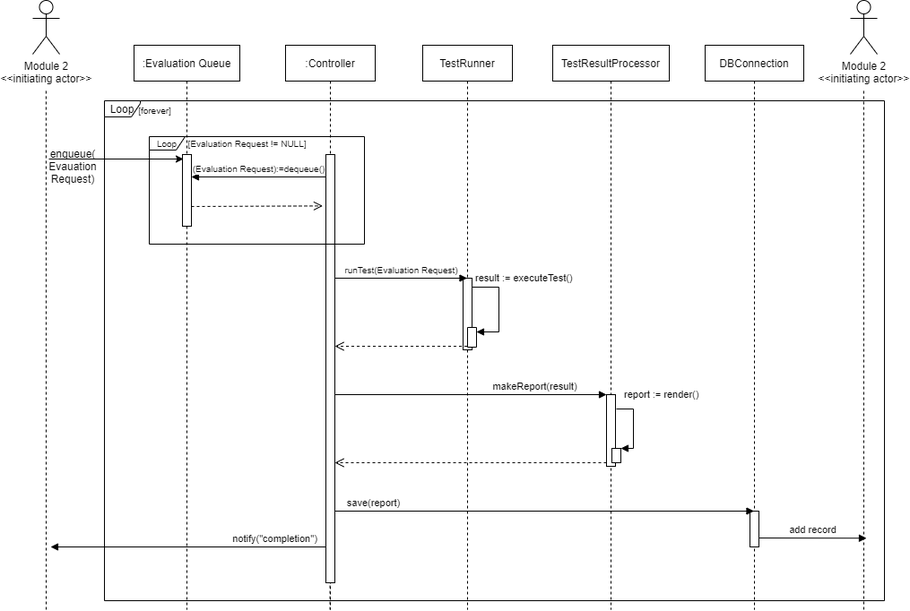
Earlier version of the draw.io export System Design/Module3_SystemCore/img/Object_Sequence_Diagram_301.png (SSSSEN666789/SPAMS). Source tidied: cells renumbered, new cells last; positions are measured from the earlier drawing's top-left corner, leaving out a move shared by most shapes.
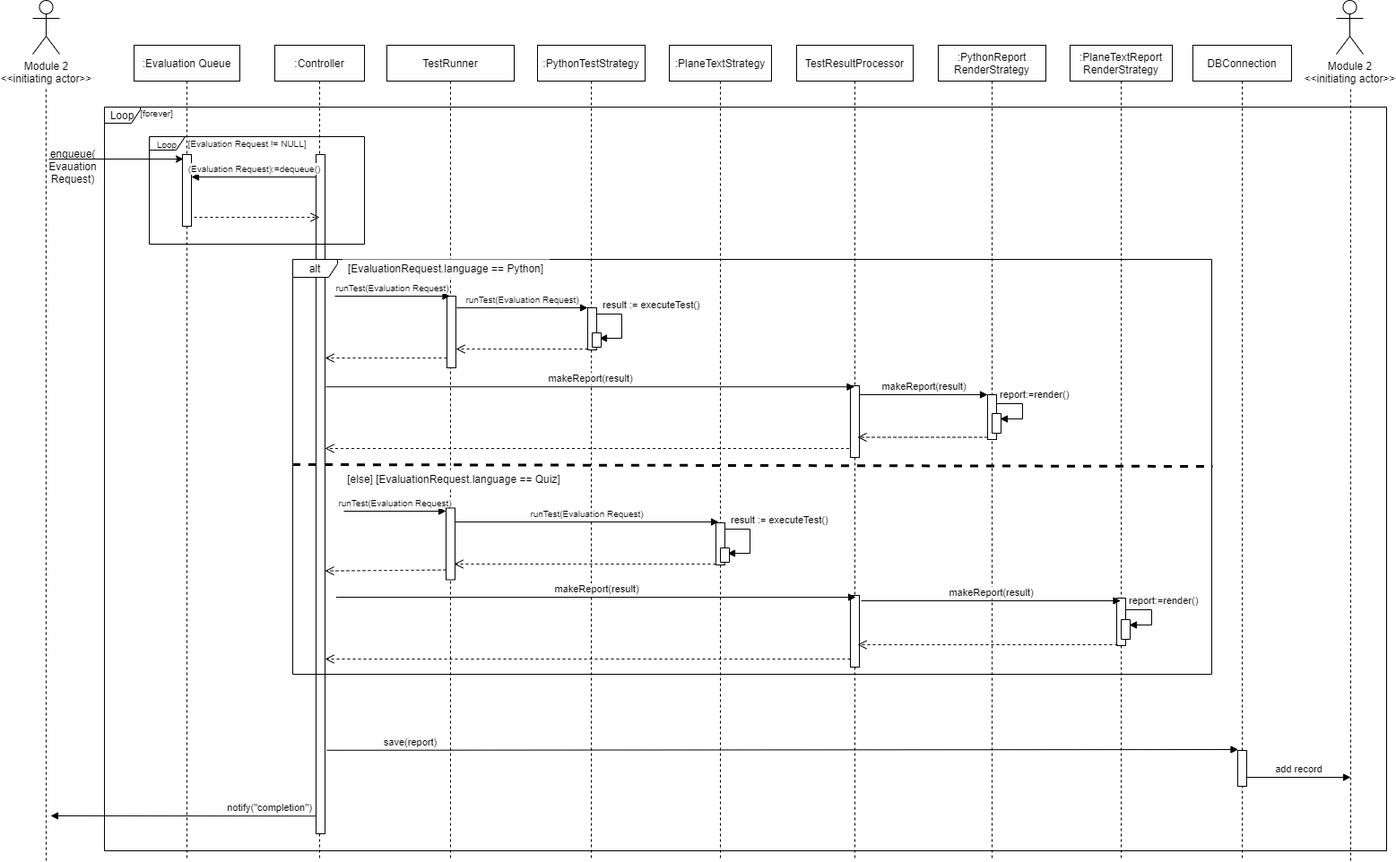
The same file after the commit.

Commit message:
Module3-SSD_modify

The edit, as a diff of the source:
```diff
@@ -4,7 +4,15 @@
     <mxCell id="1" parent="0" />
+    <mxCell id="34" value="notify(&quot;completion&quot;)" style="html=1;verticalAlign=bottom;endArrow=block;exitX=0.4;exitY=0.974;exitDx=0;exitDy=0;exitPerimeter=0;" parent="1" edge="1" source="11">
+      <mxGeometry x="-0.63" relative="1" as="geometry">
+        <mxPoint x="20" y="910" as="targetPoint" />
+      </mxGeometry>
+    </mxCell>
+    <mxCell id="15" value="Loop" style="shape=umlFrame;whiteSpace=wrap;html=1;width=40;height=18;" parent="1" vertex="1">
+      <mxGeometry x="80" y="119" width="1430" height="830" as="geometry" />
+    </mxCell>
     <mxCell id="2" value=":Evaluation Queue" style="shape=umlLifeline;perimeter=lifelinePerimeter;whiteSpace=wrap;html=1;" parent="1" vertex="1">
-      <mxGeometry x="113" y="50" width="118" height="630" as="geometry" />
+      <mxGeometry x="113" y="50" width="118" height="910" as="geometry" />
     </mxCell>
     <mxCell id="3" value=":Controller" style="shape=umlLifeline;perimeter=lifelinePerimeter;whiteSpace=wrap;html=1;" parent="1" vertex="1">
-      <mxGeometry x="282" y="50" width="100" height="630" as="geometry" />
+      <mxGeometry x="270" y="50" width="100" height="910" as="geometry" />
     </mxCell>
@@ -20,3 +28,3 @@
     <mxCell id="6" value="Module 2&lt;br&gt;&amp;lt;&amp;lt;initiating actor&amp;gt;&amp;gt;" style="shape=umlActor;verticalLabelPosition=bottom;verticalAlign=top;html=1;" parent="1" vertex="1">
-      <mxGeometry x="912" width="30" height="60" as="geometry" />
+      <mxGeometry x="1454" width="30" height="60" as="geometry" />
     </mxCell>
@@ -24,3 +32,3 @@
       <mxGeometry relative="1" as="geometry">
-        <mxPoint x="15" y="680" as="sourcePoint" />
+        <mxPoint x="15" y="960" as="sourcePoint" />
         <mxPoint x="14.9" y="98" as="targetPoint" />
@@ -30,4 +38,4 @@
       <mxGeometry relative="1" as="geometry">
-        <mxPoint x="927" y="680" as="sourcePoint" />
-        <mxPoint x="926.9" y="98" as="targetPoint" />
+        <mxPoint x="1470" y="960" as="sourcePoint" />
+        <mxPoint x="1469.9" y="98" as="targetPoint" />
       </mxGeometry>
@@ -41,12 +49,6 @@
     <mxCell id="11" style="html=1;points=[];perimeter=orthogonalPerimeter;" parent="1" vertex="1">
-      <mxGeometry x="327" y="172" width="10" height="478" as="geometry" />
+      <mxGeometry x="316" y="172" width="10" height="758" as="geometry" />
     </mxCell>
-    <mxCell id="12" style="endArrow=none;dashed=1;html=1;" parent="1" edge="1" target="11">
-      <mxGeometry relative="1" as="geometry">
-        <mxPoint x="331.6" y="680" as="sourcePoint" />
-      </mxGeometry>
-    </mxCell>
-    <mxCell id="13" value="&lt;font style=&quot;font-size: 10px&quot;&gt;(Evaluation Request):=dequeue()&lt;/font&gt;" style="html=1;verticalAlign=bottom;endArrow=block;" parent="1" edge="1">
+    <mxCell id="13" value="&lt;font style=&quot;font-size: 10px&quot;&gt;(Evaluation Request):=dequeue()&lt;/font&gt;" style="html=1;verticalAlign=bottom;endArrow=block;" parent="1" edge="1" source="11">
       <mxGeometry relative="1" as="geometry">
-        <mxPoint x="327" y="197" as="sourcePoint" />
         <mxPoint x="177" y="197" as="targetPoint" />
@@ -54,27 +56,36 @@
     </mxCell>
-    <mxCell id="14" style="html=1;verticalAlign=bottom;endArrow=open;dashed=1;endSize=8;entryX=-0.352;entryY=0.12;entryDx=0;entryDy=0;entryPerimeter=0;" parent="1" edge="1" target="11">
+    <mxCell id="14" style="html=1;verticalAlign=bottom;endArrow=open;dashed=1;endSize=8;" parent="1" edge="1">
       <mxGeometry relative="1" as="geometry">
-        <mxPoint x="177" y="230" as="sourcePoint" />
+        <mxPoint x="180" y="242" as="sourcePoint" />
+        <mxPoint x="320" y="242" as="targetPoint" />
       </mxGeometry>
     </mxCell>
-    <mxCell id="15" value="Loop" style="shape=umlFrame;whiteSpace=wrap;html=1;width=40;height=18;" parent="1" vertex="1">
-      <mxGeometry x="80" y="112" width="870" height="558" as="geometry" />
-    </mxCell>
     <mxCell id="16" value="TestRunner" style="shape=umlLifeline;perimeter=lifelinePerimeter;whiteSpace=wrap;html=1;outlineConnect=0;" parent="1" vertex="1">
-      <mxGeometry x="435" y="50" width="100" height="630" as="geometry" />
+      <mxGeometry x="395" y="50" width="142" height="910" as="geometry" />
     </mxCell>
-    <mxCell id="17" style="html=1;perimeter=orthogonalPerimeter;" parent="16" vertex="1">
-      <mxGeometry x="45" y="260" width="10" height="80" as="geometry" />
-    </mxCell>
+    <mxCell id="36" value="&lt;font style=&quot;font-size: 10px&quot;&gt;runTest(Evaluation Request)&lt;/font&gt;" style="html=1;verticalAlign=bottom;endArrow=block;" parent="16" edge="1" target="37">
+      <mxGeometry relative="1" as="geometry">
+        <mxPoint x="-48" y="520" as="sourcePoint" />
+      </mxGeometry>
+    </mxCell>
+    <mxCell id="37" style="html=1;points=[];perimeter=orthogonalPerimeter;fillColor=#FFFFFF;" parent="16" vertex="1">
+      <mxGeometry x="66" y="516.5" width="10" height="80" as="geometry" />
+    </mxCell>
+    <mxCell id="38" style="html=1;points=[];perimeter=orthogonalPerimeter;fillColor=#FFFFFF;" parent="16" vertex="1">
+      <mxGeometry x="67" y="280" width="10" height="80" as="geometry" />
+    </mxCell>
     <mxCell id="18" value="TestResultProcessor" style="shape=umlLifeline;perimeter=lifelinePerimeter;whiteSpace=wrap;html=1;outlineConnect=0;" parent="1" vertex="1">
-      <mxGeometry x="580" y="50" width="130" height="630" as="geometry" />
+      <mxGeometry x="852" y="50" width="130" height="910" as="geometry" />
     </mxCell>
-    <mxCell id="19" style="html=1;points=[];perimeter=orthogonalPerimeter;" parent="18" vertex="1">
-      <mxGeometry x="60" y="390" width="10" height="80" as="geometry" />
-    </mxCell>
+    <mxCell id="39" style="html=1;points=[];perimeter=orthogonalPerimeter;fillColor=#FFFFFF;" parent="18" vertex="1">
+      <mxGeometry x="60" y="380" width="10" height="80" as="geometry" />
+    </mxCell>
+    <mxCell id="40" style="html=1;perimeter=orthogonalPerimeter;fillColor=#FFFFFF;" parent="18" vertex="1">
+      <mxGeometry x="60" y="614" width="10" height="80" as="geometry" />
+    </mxCell>
     <mxCell id="20" value="DBConnection" style="shape=umlLifeline;perimeter=lifelinePerimeter;whiteSpace=wrap;html=1;outlineConnect=0;" parent="1" vertex="1">
-      <mxGeometry x="750" y="50" width="110" height="630" as="geometry" />
+      <mxGeometry x="1294" y="50" width="110" height="910" as="geometry" />
     </mxCell>
     <mxCell id="21" style="html=1;perimeter=orthogonalPerimeter;" parent="20" vertex="1">
-      <mxGeometry x="50" y="520" width="10" height="40" as="geometry" />
+      <mxGeometry x="50" y="787" width="10" height="40" as="geometry" />
     </mxCell>
@@ -86,66 +97,172 @@
     </mxCell>
-    <mxCell id="24" value="&lt;font style=&quot;font-size: 10px&quot;&gt;runTest(Evaluation Request)&lt;/font&gt;" style="html=1;verticalAlign=bottom;endArrow=block;" parent="1" edge="1" target="16">
-      <mxGeometry relative="1" as="geometry">
-        <mxPoint x="337" y="310" as="sourcePoint" />
-      </mxGeometry>
-    </mxCell>
-    <mxCell id="25" style="html=1;verticalAlign=bottom;endArrow=open;dashed=1;endSize=8;" parent="1" edge="1" source="16">
-      <mxGeometry relative="1" as="geometry">
-        <mxPoint x="337" y="386" as="targetPoint" />
-      </mxGeometry>
-    </mxCell>
-    <mxCell id="26" style="html=1;perimeter=orthogonalPerimeter;direction=south;" parent="1" vertex="1">
-      <mxGeometry x="485" y="365" width="10" height="22" as="geometry" />
-    </mxCell>
-    <mxCell id="27" value="result := executeTest()" style="edgeStyle=orthogonalEdgeStyle;html=1;align=left;spacingLeft=2;endArrow=block;rounded=0;" parent="1" edge="1">
-      <mxGeometry x="-1" y="10" relative="1" as="geometry">
-        <mxPoint x="490" y="320" as="sourcePoint" />
-        <mxPoint x="495" y="370" as="targetPoint" />
-        <Array as="points">
-          <mxPoint x="520" y="320" />
-          <mxPoint x="520" y="370" />
-        </Array>
-      </mxGeometry>
-    </mxCell>
-    <mxCell id="28" value="makeReport(result)" style="html=1;verticalAlign=bottom;endArrow=block;entryX=0;entryY=0;" parent="1" edge="1" target="19">
-      <mxGeometry x="0.47" relative="1" as="geometry">
-        <mxPoint x="337" y="440" as="sourcePoint" />
-      </mxGeometry>
-    </mxCell>
-    <mxCell id="29" style="html=1;verticalAlign=bottom;endArrow=open;dashed=1;endSize=8;exitX=0;exitY=0.95;" parent="1" edge="1" source="19">
-      <mxGeometry x="-0.08" y="-6" relative="1" as="geometry">
-        <mxPoint x="337" y="516" as="targetPoint" />
-      </mxGeometry>
-    </mxCell>
-    <mxCell id="30" style="html=1;points=[];perimeter=orthogonalPerimeter;" parent="1" vertex="1">
-      <mxGeometry x="646" y="500" width="10" height="16" as="geometry" />
-    </mxCell>
-    <mxCell id="31" value="report := render()" style="edgeStyle=orthogonalEdgeStyle;html=1;align=left;spacingLeft=2;endArrow=block;rounded=0;entryX=1;entryY=0;" parent="1" edge="1" target="30">
-      <mxGeometry x="-0.87" y="16" relative="1" as="geometry">
-        <mxPoint x="651" y="456" as="sourcePoint" />
-        <Array as="points">
-          <mxPoint x="670" y="456" />
-          <mxPoint x="670" y="500" />
-        </Array>
-      </mxGeometry>
-    </mxCell>
-    <mxCell id="32" value="save(report)" style="html=1;verticalAlign=bottom;endArrow=block;" parent="1" edge="1" target="20">
+    <mxCell id="32" value="save(report)" style="html=1;verticalAlign=bottom;endArrow=block;exitX=1.2;exitY=0.877;exitDx=0;exitDy=0;exitPerimeter=0;" parent="1" edge="1" source="11">
       <mxGeometry x="-0.82" relative="1" as="geometry">
-        <mxPoint x="337" y="570" as="sourcePoint" />
+        <mxPoint x="1344.5" y="836" as="targetPoint" />
       </mxGeometry>
     </mxCell>
-    <mxCell id="33" value="add record" style="html=1;verticalAlign=bottom;endArrow=block;entryX=0.977;entryY=0.875;entryDx=0;entryDy=0;entryPerimeter=0;" parent="1" edge="1" target="15">
+    <mxCell id="33" value="add record" style="html=1;verticalAlign=bottom;endArrow=block;" parent="1" edge="1">
       <mxGeometry relative="1" as="geometry">
-        <mxPoint x="810" y="600" as="sourcePoint" />
+        <mxPoint x="1354" y="867" as="sourcePoint" />
+        <mxPoint x="1470" y="867" as="targetPoint" />
       </mxGeometry>
     </mxCell>
-    <mxCell id="34" value="notify(&quot;completion&quot;)" style="html=1;verticalAlign=bottom;endArrow=block;" parent="1" edge="1">
-      <mxGeometry x="-0.63" relative="1" as="geometry">
-        <mxPoint x="327" y="610" as="sourcePoint" />
-        <mxPoint x="20" y="610" as="targetPoint" />
-      </mxGeometry>
-    </mxCell>
     <mxCell id="35" value="&lt;font style=&quot;font-size: 10px&quot;&gt;[forever]&lt;/font&gt;" style="text;html=1;strokeColor=none;fillColor=none;align=center;verticalAlign=middle;whiteSpace=wrap;rounded=0;" parent="1" vertex="1">
-      <mxGeometry x="113" y="112" width="47" height="20" as="geometry" />
+      <mxGeometry x="115" y="115" width="47" height="20" as="geometry" />
     </mxCell>
+    <mxCell id="41" value=":PythonTestStrategy" style="shape=umlLifeline;perimeter=lifelinePerimeter;whiteSpace=wrap;html=1;" parent="1" vertex="1">
+      <mxGeometry x="563" y="50" width="120" height="910" as="geometry" />
+    </mxCell>
+    <mxCell id="42" value=":PlaneTextStrategy" style="shape=umlLifeline;perimeter=lifelinePerimeter;whiteSpace=wrap;html=1;" parent="1" vertex="1">
+      <mxGeometry x="710" y="50" width="114" height="910" as="geometry" />
+    </mxCell>
+    <mxCell id="43" style="html=1;points=[];perimeter=orthogonalPerimeter;fillColor=#FFFFFF;" parent="42" vertex="1">
+      <mxGeometry x="52" y="533" width="10" height="47" as="geometry" />
+    </mxCell>
+    <mxCell id="44" value=":PythonReport&lt;br&gt;RenderStrategy" style="shape=umlLifeline;perimeter=lifelinePerimeter;whiteSpace=wrap;html=1;" parent="1" vertex="1">
+      <mxGeometry x="1010" y="50" width="120" height="910" as="geometry" />
+    </mxCell>
+    <mxCell id="45" style="html=1;points=[];perimeter=orthogonalPerimeter;fillColor=#FFFFFF;" parent="44" vertex="1">
+      <mxGeometry x="55" y="390" width="10" height="50" as="geometry" />
+    </mxCell>
+    <mxCell id="46" value=":PlaneTextReport&lt;br&gt;RenderStrategy" style="shape=umlLifeline;perimeter=lifelinePerimeter;whiteSpace=wrap;html=1;outlineConnect=0;" parent="1" vertex="1">
+      <mxGeometry x="1157" y="50" width="114" height="910" as="geometry" />
+    </mxCell>
+    <mxCell id="47" style="html=1;perimeter=orthogonalPerimeter;fillColor=#FFFFFF;" parent="46" vertex="1">
+      <mxGeometry x="52" y="617" width="10" height="53" as="geometry" />
+    </mxCell>
+    <mxCell id="48" value="alt" style="shape=umlFrame;whiteSpace=wrap;html=1;width=50;height=20;" parent="1" vertex="1">
+      <mxGeometry x="290" y="289" width="1025" height="463" as="geometry" />
+    </mxCell>
+    <mxCell id="49" value="[EvaluationRequest.language == Python]" style="text;html=1;strokeColor=none;fillColor=#FFFFFF;align=center;verticalAlign=middle;whiteSpace=wrap;rounded=0;" parent="1" vertex="1">
+      <mxGeometry x="346" y="289" width="230" height="20" as="geometry" />
+    </mxCell>
+    <mxCell id="50" value="&lt;font style=&quot;font-size: 10px&quot;&gt;runTest(Evaluation Request)&lt;/font&gt;" style="html=1;verticalAlign=bottom;endArrow=block;" parent="1" edge="1" target="16">
+      <mxGeometry relative="1" as="geometry">
+        <mxPoint x="337" y="330" as="sourcePoint" />
+      </mxGeometry>
+    </mxCell>
+    <mxCell id="51" style="html=1;points=[];perimeter=orthogonalPerimeter;fillColor=#FFFFFF;" parent="1" vertex="1">
+      <mxGeometry x="619" y="343" width="10" height="47" as="geometry" />
+    </mxCell>
+    <mxCell id="52" value="&lt;span style=&quot;font-size: 10px&quot;&gt;runTest(Evaluation Request)&lt;br&gt;&lt;/span&gt;" style="html=1;verticalAlign=bottom;endArrow=block;entryX=0;entryY=0;exitX=1.1;exitY=0.163;exitDx=0;exitDy=0;exitPerimeter=0;" parent="1" edge="1" source="38" target="51">
+      <mxGeometry relative="1" as="geometry" />
+    </mxCell>
+    <mxCell id="53" style="html=1;verticalAlign=bottom;endArrow=open;dashed=1;endSize=8;entryX=1;entryY=0.738;entryDx=0;entryDy=0;entryPerimeter=0;" parent="1" edge="1" source="51" target="38">
+      <mxGeometry relative="1" as="geometry" />
+    </mxCell>
+    <mxCell id="54" value="report:=render()" style="edgeStyle=orthogonalEdgeStyle;html=1;align=left;spacingLeft=2;endArrow=block;rounded=0;exitX=1;exitY=0.213;exitDx=0;exitDy=0;exitPerimeter=0;" parent="1" edge="1">
+      <mxGeometry x="-1" y="10" relative="1" as="geometry">
+        <mxPoint x="1075" y="450" as="sourcePoint" />
+        <mxPoint x="1079" y="467" as="targetPoint" />
+        <Array as="points">
+          <mxPoint x="1104" y="450" />
+          <mxPoint x="1104" y="467" />
+        </Array>
+      </mxGeometry>
+    </mxCell>
+    <mxCell id="55" style="html=1;perimeter=orthogonalPerimeter;direction=south;" parent="1" vertex="1">
+      <mxGeometry x="1070" y="461" width="10" height="22" as="geometry" />
+    </mxCell>
+    <mxCell id="56" value="makeReport(result)" style="html=1;verticalAlign=bottom;endArrow=block;exitX=1.117;exitY=0.342;exitDx=0;exitDy=0;exitPerimeter=0;" parent="1" edge="1" source="11" target="18">
+      <mxGeometry relative="1" as="geometry" />
+    </mxCell>
+    <mxCell id="57" style="html=1;verticalAlign=bottom;endArrow=open;dashed=1;endSize=8;exitX=0;exitY=0.863;exitDx=0;exitDy=0;exitPerimeter=0;" parent="1" edge="1" source="38" target="11">
+      <mxGeometry relative="1" as="geometry" />
+    </mxCell>
+    <mxCell id="58" value="makeReport(result)" style="html=1;verticalAlign=bottom;endArrow=block;entryX=0;entryY=0;exitX=1;exitY=0.125;exitDx=0;exitDy=0;exitPerimeter=0;" parent="1" edge="1" source="39" target="45">
+      <mxGeometry relative="1" as="geometry" />
+    </mxCell>
+    <mxCell id="59" style="html=1;verticalAlign=bottom;endArrow=open;dashed=1;endSize=8;exitX=0;exitY=0.95;entryX=0.8;entryY=0.719;entryDx=0;entryDy=0;entryPerimeter=0;" parent="1" edge="1" source="45" target="39">
+      <mxGeometry relative="1" as="geometry" />
+    </mxCell>
+    <mxCell id="60" style="html=1;verticalAlign=bottom;endArrow=open;dashed=1;endSize=8;exitX=0;exitY=0.95;" parent="1" edge="1" target="11">
+      <mxGeometry x="-0.08" y="-6" relative="1" as="geometry">
+        <mxPoint x="910.5" y="500" as="sourcePoint" />
+      </mxGeometry>
+    </mxCell>
+    <mxCell id="61" style="html=1;points=[];perimeter=orthogonalPerimeter;fillColor=#FFFFFF;" parent="1" vertex="1">
+      <mxGeometry x="619" y="343" width="10" height="47" as="geometry" />
+    </mxCell>
+    <mxCell id="62" value="&lt;span style=&quot;font-size: 10px&quot;&gt;runTest(Evaluation Request)&lt;br&gt;&lt;/span&gt;" style="html=1;verticalAlign=bottom;endArrow=block;entryX=0.3;entryY=-0.021;entryDx=0;entryDy=0;entryPerimeter=0;" parent="1" edge="1" source="37" target="43">
+      <mxGeometry relative="1" as="geometry" />
+    </mxCell>
+    <mxCell id="63" style="html=1;verticalAlign=bottom;endArrow=open;dashed=1;endSize=8;exitX=0;exitY=0.979;exitDx=0;exitDy=0;exitPerimeter=0;" parent="1" edge="1" source="43">
+      <mxGeometry relative="1" as="geometry">
+        <mxPoint x="470" y="629" as="targetPoint" />
+      </mxGeometry>
+    </mxCell>
+    <mxCell id="64" style="html=1;verticalAlign=bottom;endArrow=open;dashed=1;endSize=8;exitX=0;exitY=0.863;exitDx=0;exitDy=0;exitPerimeter=0;entryX=1;entryY=0.613;entryDx=0;entryDy=0;entryPerimeter=0;" parent="1" edge="1" source="37" target="11">
+      <mxGeometry relative="1" as="geometry" />
+    </mxCell>
+    <mxCell id="65" value="result := executeTest()" style="edgeStyle=orthogonalEdgeStyle;html=1;align=left;spacingLeft=2;endArrow=block;rounded=0;exitX=1;exitY=0.255;exitDx=0;exitDy=0;exitPerimeter=0;" parent="1" edge="1" source="61">
+      <mxGeometry x="-0.81" y="10" relative="1" as="geometry">
+        <mxPoint x="632" y="377" as="targetPoint" />
+        <Array as="points">
+          <mxPoint x="629" y="350" />
+          <mxPoint x="657" y="350" />
+          <mxPoint x="657" y="377" />
+        </Array>
+      </mxGeometry>
+    </mxCell>
+    <mxCell id="66" style="html=1;perimeter=orthogonalPerimeter;direction=south;" parent="1" vertex="1">
+      <mxGeometry x="624" y="371" width="10" height="16" as="geometry" />
+    </mxCell>
+    <mxCell id="67" value="result := executeTest()" style="edgeStyle=orthogonalEdgeStyle;html=1;align=left;spacingLeft=2;endArrow=block;rounded=0;exitX=1;exitY=0.255;exitDx=0;exitDy=0;exitPerimeter=0;" parent="1" edge="1">
+      <mxGeometry x="-0.81" y="10" relative="1" as="geometry">
+        <mxPoint x="772" y="595" as="sourcePoint" />
+        <mxPoint x="775" y="617" as="targetPoint" />
+        <Array as="points">
+          <mxPoint x="772" y="590" />
+          <mxPoint x="800" y="590" />
+          <mxPoint x="800" y="617" />
+        </Array>
+      </mxGeometry>
+    </mxCell>
+    <mxCell id="68" style="html=1;perimeter=orthogonalPerimeter;direction=south;" parent="1" vertex="1">
+      <mxGeometry x="767" y="611" width="10" height="16" as="geometry" />
+    </mxCell>
+    <mxCell id="69" style="endArrow=none;dashed=1;html=1;strokeWidth=3;" parent="1" edge="1">
+      <mxGeometry relative="1" as="geometry">
+        <mxPoint x="289.5" y="518" as="sourcePoint" />
+        <mxPoint x="1316" y="520" as="targetPoint" />
+      </mxGeometry>
+    </mxCell>
+    <mxCell id="70" value="[else] [EvaluationRequest.language == Quiz]" style="text;html=1;strokeColor=none;fillColor=#FFFFFF;align=center;verticalAlign=middle;whiteSpace=wrap;rounded=0;" parent="1" vertex="1">
+      <mxGeometry x="346" y="524" width="248" height="20" as="geometry" />
+    </mxCell>
+    <mxCell id="71" value="makeReport(result)" style="html=1;verticalAlign=bottom;endArrow=block;" parent="1" edge="1">
+      <mxGeometry relative="1" as="geometry">
+        <mxPoint x="338.5" y="666" as="sourcePoint" />
+        <mxPoint x="918" y="666" as="targetPoint" />
+      </mxGeometry>
+    </mxCell>
+    <mxCell id="72" style="html=1;verticalAlign=bottom;endArrow=open;dashed=1;endSize=8;exitX=0;exitY=0.95;" parent="1" edge="1" target="11">
+      <mxGeometry x="-0.08" y="-6" relative="1" as="geometry">
+        <mxPoint x="912" y="735" as="sourcePoint" />
+      </mxGeometry>
+    </mxCell>
+    <mxCell id="73" value="makeReport(result)" style="html=1;verticalAlign=bottom;endArrow=block;exitX=1;exitY=0.125;exitDx=0;exitDy=0;exitPerimeter=0;" parent="1" edge="1" target="46">
+      <mxGeometry relative="1" as="geometry">
+        <mxPoint x="924" y="670" as="sourcePoint" />
+      </mxGeometry>
+    </mxCell>
+    <mxCell id="74" style="html=1;verticalAlign=bottom;endArrow=open;dashed=1;endSize=8;entryX=0.8;entryY=0.719;entryDx=0;entryDy=0;entryPerimeter=0;" parent="1" edge="1">
+      <mxGeometry relative="1" as="geometry">
+        <mxPoint x="1210" y="719" as="sourcePoint" />
+        <mxPoint x="920" y="719" as="targetPoint" />
+      </mxGeometry>
+    </mxCell>
+    <mxCell id="75" value="report:=render()" style="edgeStyle=orthogonalEdgeStyle;html=1;align=left;spacingLeft=2;endArrow=block;rounded=0;exitX=1;exitY=0.213;exitDx=0;exitDy=0;exitPerimeter=0;" parent="1" edge="1">
+      <mxGeometry x="-1" y="10" relative="1" as="geometry">
+        <mxPoint x="1219" y="680" as="sourcePoint" />
+        <mxPoint x="1223" y="697" as="targetPoint" />
+        <Array as="points">
+          <mxPoint x="1248" y="680" />
+          <mxPoint x="1248" y="697" />
+        </Array>
+      </mxGeometry>
+    </mxCell>
+    <mxCell id="76" style="html=1;perimeter=orthogonalPerimeter;direction=south;" parent="1" vertex="1">
+      <mxGeometry x="1214" y="691" width="10" height="22" as="geometry" />
+    </mxCell>
   </root>
```
